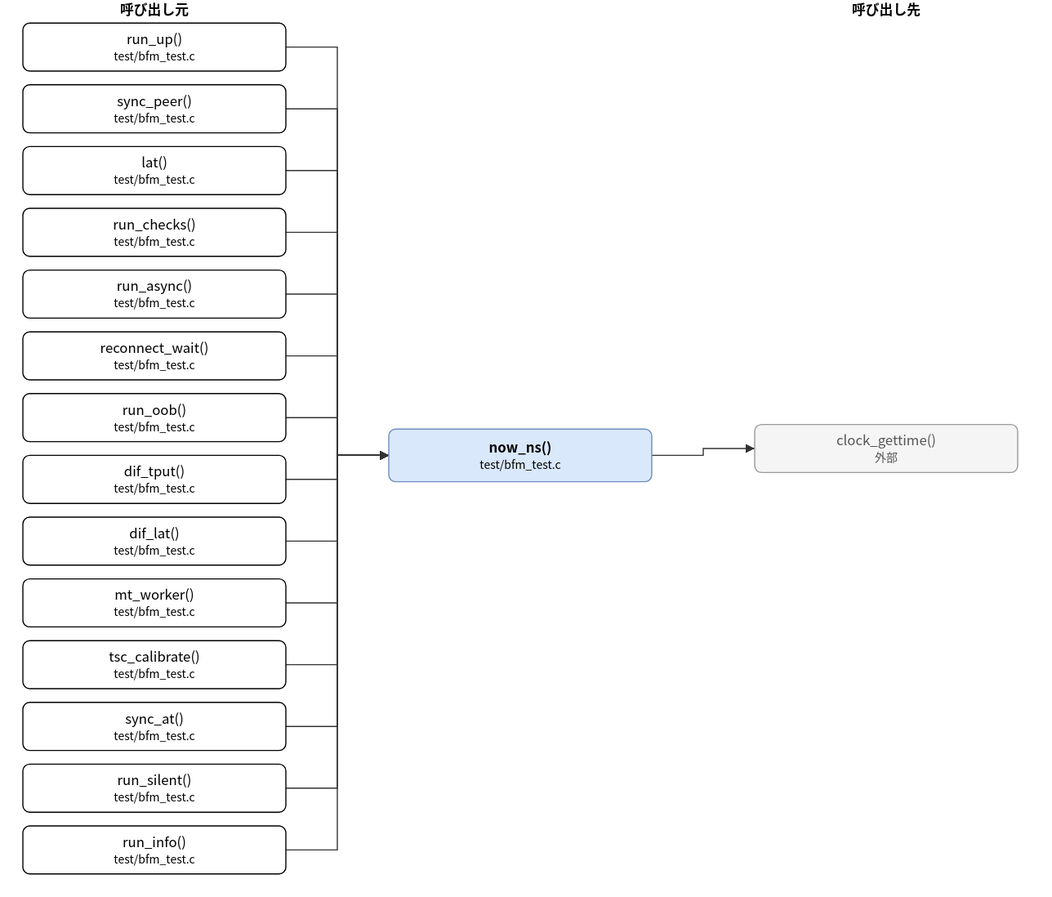
Above: doc/spec/images/call_test_bfm_test-now_ns.drawio.svg in hf355051012-ai/bfmem (draw.io), before the change. Source tidied: cells renumbered, new cells last; positions are measured from the earlier drawing's top-left corner, leaving out a move shared by most shapes.
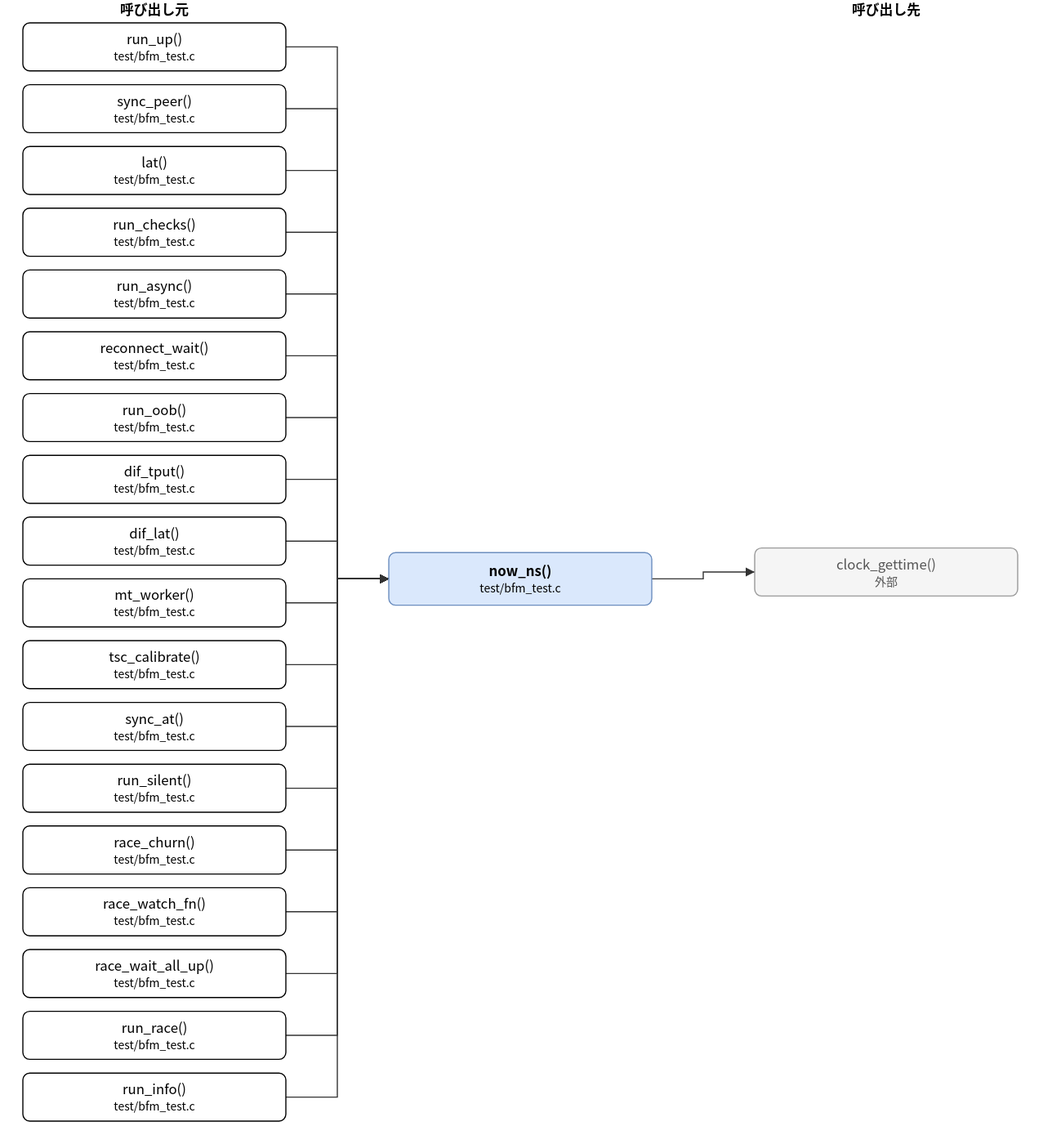
After the change.

What changed in the source:
```diff
@@ -3,7 +3,7 @@
     <mxCell id="0" />
     <mxCell id="1" parent="0" />
     <mxCell id="2" value="now_ns()&lt;br&gt;&lt;font style=&quot;font-size:10px&quot;&gt;test/bfm_test.c&lt;/font&gt;" style="rounded=1;whiteSpace=wrap;html=1;fillColor=#dae8fc;strokeColor=#6c8ebf;fontStyle=1;" parent="1" vertex="1">
-      <mxGeometry x="320" y="375" width="230" height="46" as="geometry" />
+      <mxGeometry x="320" y="483" width="230" height="46" as="geometry" />
     </mxCell>
     <mxCell id="3" value="run_up()&lt;br&gt;&lt;font style=&quot;font-size:10px&quot;&gt;test/bfm_test.c&lt;/font&gt;" style="rounded=1;whiteSpace=wrap;html=1;" parent="1" vertex="1">
       <mxGeometry y="20" width="230" height="42" as="geometry" />
@@ -44,17 +44,29 @@
     <mxCell id="15" value="run_silent()&lt;br&gt;&lt;font style=&quot;font-size:10px&quot;&gt;test/bfm_test.c&lt;/font&gt;" style="rounded=1;whiteSpace=wrap;html=1;" parent="1" vertex="1">
       <mxGeometry y="668" width="230" height="42" as="geometry" />
     </mxCell>
-    <mxCell id="16" value="run_info()&lt;br&gt;&lt;font style=&quot;font-size:10px&quot;&gt;test/bfm_test.c&lt;/font&gt;" style="rounded=1;whiteSpace=wrap;html=1;" parent="1" vertex="1">
+    <mxCell id="16" value="race_churn()&lt;br&gt;&lt;font style=&quot;font-size:10px&quot;&gt;test/bfm_test.c&lt;/font&gt;" style="rounded=1;whiteSpace=wrap;html=1;" parent="1" vertex="1">
       <mxGeometry y="722" width="230" height="42" as="geometry" />
     </mxCell>
+    <mxCell id="35" value="race_watch_fn()&lt;br&gt;&lt;font style=&quot;font-size:10px&quot;&gt;test/bfm_test.c&lt;/font&gt;" style="rounded=1;whiteSpace=wrap;html=1;" parent="1" vertex="1">
+      <mxGeometry y="776" width="230" height="42" as="geometry" />
+    </mxCell>
+    <mxCell id="36" value="race_wait_all_up()&lt;br&gt;&lt;font style=&quot;font-size:10px&quot;&gt;test/bfm_test.c&lt;/font&gt;" style="rounded=1;whiteSpace=wrap;html=1;" parent="1" vertex="1">
+      <mxGeometry y="830" width="230" height="42" as="geometry" />
+    </mxCell>
+    <mxCell id="37" value="run_race()&lt;br&gt;&lt;font style=&quot;font-size:10px&quot;&gt;test/bfm_test.c&lt;/font&gt;" style="rounded=1;whiteSpace=wrap;html=1;" parent="1" vertex="1">
+      <mxGeometry y="884" width="230" height="42" as="geometry" />
+    </mxCell>
+    <mxCell id="38" value="run_info()&lt;br&gt;&lt;font style=&quot;font-size:10px&quot;&gt;test/bfm_test.c&lt;/font&gt;" style="rounded=1;whiteSpace=wrap;html=1;" parent="1" vertex="1">
+      <mxGeometry y="938" width="230" height="42" as="geometry" />
+    </mxCell>
     <mxCell id="17" value="clock_gettime()&lt;br&gt;&lt;font style=&quot;font-size:10px&quot;&gt;外部&lt;/font&gt;" style="rounded=1;whiteSpace=wrap;html=1;fillColor=#f5f5f5;strokeColor=#999999;fontColor=#555555;" parent="1" vertex="1">
-      <mxGeometry x="640" y="371" width="230" height="42" as="geometry" />
+      <mxGeometry x="640" y="479" width="230" height="42" as="geometry" />
     </mxCell>
     <mxCell id="18" style="edgeStyle=none;html=1;rounded=0;endArrow=block;endFill=1;exitX=1.0000;exitY=0.5000;exitDx=0;exitDy=0;exitPerimeter=0;entryX=0.0000;entryY=0.5000;entryDx=0;entryDy=0;entryPerimeter=0;" parent="1" edge="1" source="3" target="2">
       <mxGeometry relative="1" as="geometry">
         <Array as="points">
           <mxPoint x="275" y="41" />
-          <mxPoint x="275" y="398" />
+          <mxPoint x="275" y="506" />
         </Array>
       </mxGeometry>
     </mxCell>
@@ -62,7 +74,7 @@
       <mxGeometry relative="1" as="geometry">
         <Array as="points">
           <mxPoint x="275" y="95" />
-          <mxPoint x="275" y="398" />
+          <mxPoint x="275" y="506" />
         </Array>
       </mxGeometry>
     </mxCell>
@@ -70,7 +82,7 @@
       <mxGeometry relative="1" as="geometry">
         <Array as="points">
           <mxPoint x="275" y="149" />
-          <mxPoint x="275" y="398" />
+          <mxPoint x="275" y="506" />
         </Array>
       </mxGeometry>
     </mxCell>
@@ -78,7 +90,7 @@
       <mxGeometry relative="1" as="geometry">
         <Array as="points">
           <mxPoint x="275" y="203" />
-          <mxPoint x="275" y="398" />
+          <mxPoint x="275" y="506" />
         </Array>
       </mxGeometry>
     </mxCell>
@@ -86,7 +98,7 @@
       <mxGeometry relative="1" as="geometry">
         <Array as="points">
           <mxPoint x="275" y="257" />
-          <mxPoint x="275" y="398" />
+          <mxPoint x="275" y="506" />
         </Array>
       </mxGeometry>
     </mxCell>
@@ -94,7 +106,7 @@
       <mxGeometry relative="1" as="geometry">
         <Array as="points">
           <mxPoint x="275" y="311" />
-          <mxPoint x="275" y="398" />
+          <mxPoint x="275" y="506" />
         </Array>
       </mxGeometry>
     </mxCell>
@@ -102,7 +114,7 @@
       <mxGeometry relative="1" as="geometry">
         <Array as="points">
           <mxPoint x="275" y="365" />
-          <mxPoint x="275" y="398" />
+          <mxPoint x="275" y="506" />
         </Array>
       </mxGeometry>
     </mxCell>
@@ -110,7 +122,7 @@
       <mxGeometry relative="1" as="geometry">
         <Array as="points">
           <mxPoint x="275" y="419" />
-          <mxPoint x="275" y="398" />
+          <mxPoint x="275" y="506" />
         </Array>
       </mxGeometry>
     </mxCell>
@@ -118,7 +130,7 @@
       <mxGeometry relative="1" as="geometry">
         <Array as="points">
           <mxPoint x="275" y="473" />
-          <mxPoint x="275" y="398" />
+          <mxPoint x="275" y="506" />
         </Array>
       </mxGeometry>
     </mxCell>
@@ -126,7 +138,7 @@
       <mxGeometry relative="1" as="geometry">
         <Array as="points">
           <mxPoint x="275" y="527" />
-          <mxPoint x="275" y="398" />
+          <mxPoint x="275" y="506" />
         </Array>
       </mxGeometry>
     </mxCell>
@@ -134,7 +146,7 @@
       <mxGeometry relative="1" as="geometry">
         <Array as="points">
           <mxPoint x="275" y="581" />
-          <mxPoint x="275" y="398" />
+          <mxPoint x="275" y="506" />
         </Array>
       </mxGeometry>
     </mxCell>
@@ -142,7 +154,7 @@
       <mxGeometry relative="1" as="geometry">
         <Array as="points">
           <mxPoint x="275" y="635" />
-          <mxPoint x="275" y="398" />
+          <mxPoint x="275" y="506" />
         </Array>
       </mxGeometry>
     </mxCell>
@@ -150,7 +162,7 @@
       <mxGeometry relative="1" as="geometry">
         <Array as="points">
           <mxPoint x="275" y="689" />
-          <mxPoint x="275" y="398" />
+          <mxPoint x="275" y="506" />
         </Array>
       </mxGeometry>
     </mxCell>
@@ -158,18 +170,50 @@
       <mxGeometry relative="1" as="geometry">
         <Array as="points">
           <mxPoint x="275" y="743" />
-          <mxPoint x="275" y="398" />
+          <mxPoint x="275" y="506" />
         </Array>
       </mxGeometry>
     </mxCell>
-    <mxCell id="32" style="edgeStyle=none;html=1;rounded=0;endArrow=block;endFill=1;exitX=1.0000;exitY=0.5000;exitDx=0;exitDy=0;exitPerimeter=0;entryX=0.0000;entryY=0.5000;entryDx=0;entryDy=0;entryPerimeter=0;" parent="1" edge="1" source="2" target="17">
+    <mxCell id="32" style="edgeStyle=none;html=1;rounded=0;endArrow=block;endFill=1;exitX=1.0000;exitY=0.5000;exitDx=0;exitDy=0;exitPerimeter=0;entryX=0.0000;entryY=0.5000;entryDx=0;entryDy=0;entryPerimeter=0;" parent="1" edge="1" source="35" target="2">
       <mxGeometry relative="1" as="geometry">
         <Array as="points">
-          <mxPoint x="595" y="398" />
-          <mxPoint x="595" y="392" />
+          <mxPoint x="275" y="797" />
+          <mxPoint x="275" y="506" />
         </Array>
       </mxGeometry>
     </mxCell>
+    <mxCell id="39" style="edgeStyle=none;html=1;rounded=0;endArrow=block;endFill=1;exitX=1.0000;exitY=0.5000;exitDx=0;exitDy=0;exitPerimeter=0;entryX=0.0000;entryY=0.5000;entryDx=0;entryDy=0;entryPerimeter=0;" parent="1" edge="1" source="36" target="2">
+      <mxGeometry relative="1" as="geometry">
+        <Array as="points">
+          <mxPoint x="275" y="851" />
+          <mxPoint x="275" y="506" />
+        </Array>
+      </mxGeometry>
+    </mxCell>
+    <mxCell id="40" style="edgeStyle=none;html=1;rounded=0;endArrow=block;endFill=1;exitX=1.0000;exitY=0.5000;exitDx=0;exitDy=0;exitPerimeter=0;entryX=0.0000;entryY=0.5000;entryDx=0;entryDy=0;entryPerimeter=0;" parent="1" edge="1" source="37" target="2">
+      <mxGeometry relative="1" as="geometry">
+        <Array as="points">
+          <mxPoint x="275" y="905" />
+          <mxPoint x="275" y="506" />
+        </Array>
+      </mxGeometry>
+    </mxCell>
+    <mxCell id="41" style="edgeStyle=none;html=1;rounded=0;endArrow=block;endFill=1;exitX=1.0000;exitY=0.5000;exitDx=0;exitDy=0;exitPerimeter=0;entryX=0.0000;entryY=0.5000;entryDx=0;entryDy=0;entryPerimeter=0;" parent="1" edge="1" source="38" target="2">
+      <mxGeometry relative="1" as="geometry">
+        <Array as="points">
+          <mxPoint x="275" y="959" />
+          <mxPoint x="275" y="506" />
+        </Array>
+      </mxGeometry>
+    </mxCell>
+    <mxCell id="42" style="edgeStyle=none;html=1;rounded=0;endArrow=block;endFill=1;exitX=1.0000;exitY=0.5000;exitDx=0;exitDy=0;exitPerimeter=0;entryX=0.0000;entryY=0.5000;entryDx=0;entryDy=0;entryPerimeter=0;" parent="1" edge="1" source="2" target="17">
+      <mxGeometry relative="1" as="geometry">
+        <Array as="points">
+          <mxPoint x="595" y="506" />
+          <mxPoint x="595" y="500" />
+        </Array>
+      </mxGeometry>
+    </mxCell>
     <mxCell id="33" value="呼び出し元" style="text;html=1;align=center;fontStyle=1;" parent="1" vertex="1">
       <mxGeometry x="35" width="160" height="18" as="geometry" />
     </mxCell>
```
